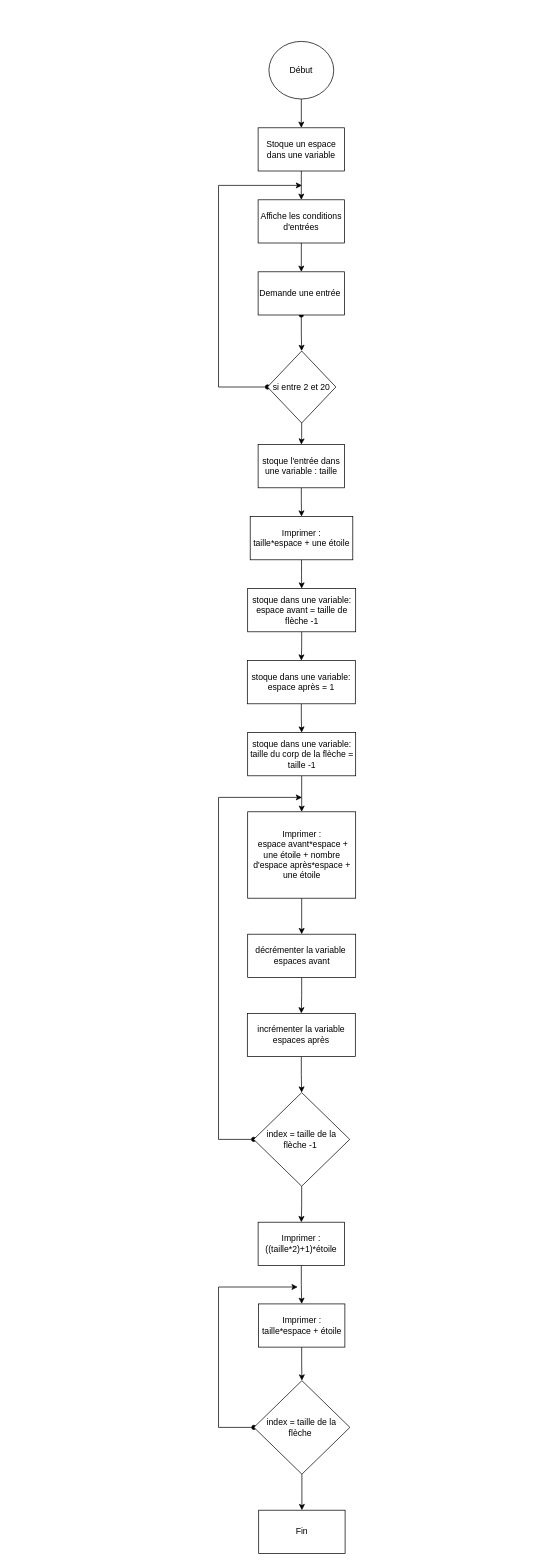
The draw.io diagram Kata-Flèche/KataFlèche_ logigramme.drawio in D4rkHeart/Python_Exercice, before the edit. Source tidied: cells renumbered, new cells numbered last; positions are measured from the earlier drawing's top-left corner, leaving out a move shared by most shapes. Both pictures are drawn from the tidied source at 72%, with x=0, y=0 at pixel (218, 41).
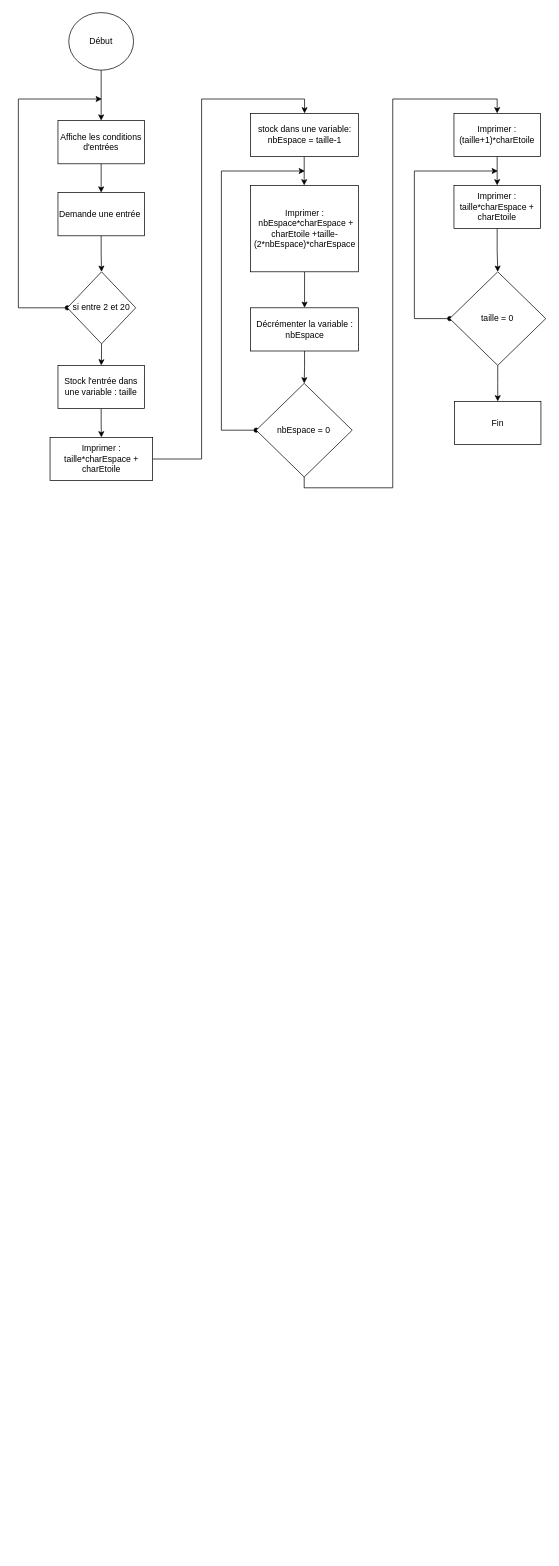
After the change.

Commit message:
[doc] Correction of the KataFlèche flowchart

The edit, as a diff of the source:
```diff
@@
-    <mxCell id="2" style="edgeStyle=orthogonalEdgeStyle;rounded=0;jettySize=auto;html=1;entryX=0.5;entryY=0;entryDx=0;entryDy=0;" parent="1" edge="1" source="3" target="18">
-      <mxGeometry relative="1" as="geometry" />
-    </mxCell>
     <mxCell id="3" value="Début" style="ellipse;whiteSpace=wrap;html=1;" parent="1" vertex="1">
-      <mxGeometry x="70" width="90" height="80" as="geometry" />
+      <mxGeometry x="-208" y="-40" width="90" height="80" as="geometry" />
     </mxCell>
     <mxCell id="4" style="edgeStyle=orthogonalEdgeStyle;rounded=0;jettySize=auto;html=1;exitX=0;exitY=0.5;exitDx=0;exitDy=0;startArrow=oval;startFill=1;" parent="1" edge="1" source="6">
       <mxGeometry relative="1" as="geometry">
-        <mxPoint x="116" y="200" as="targetPoint" />
+        <mxPoint x="-162" y="80" as="targetPoint" />
         <Array as="points">
-          <mxPoint y="480" />
-          <mxPoint y="200" />
+          <mxPoint x="-278" y="370" />
+          <mxPoint x="-278" y="80" />
+          <mxPoint x="-162" y="80" />
         </Array>
       </mxGeometry>
     </mxCell>
@@
     <mxCell id="6" value="si entre 2 et 20" style="rhombus;whiteSpace=wrap;html=1;" parent="1" vertex="1">
-      <mxGeometry x="68" y="430" width="95" height="100" as="geometry" />
+      <mxGeometry x="-210" y="320" width="95" height="100" as="geometry" />
     </mxCell>
@@
-    <mxCell id="8" value="Imprimer :&lt;br&gt;taille*espace + une étoile" style="whiteSpace=wrap;html=1;" parent="1" vertex="1">
-      <mxGeometry x="44" y="660" width="142.5" height="60" as="geometry" />
+    <mxCell id="8" value="Imprimer :&lt;br&gt;taille*charEspace + charEtoile" style="whiteSpace=wrap;html=1;" parent="1" vertex="1">
+      <mxGeometry x="-234" y="550" width="142.5" height="60" as="geometry" />
     </mxCell>
-    <mxCell id="9" style="edgeStyle=orthogonalEdgeStyle;rounded=0;jettySize=auto;html=1;strokeColor=#000000;startArrow=none;startFill=0;" parent="1" edge="1" source="10" target="20">
-      <mxGeometry relative="1" as="geometry" />
+    <mxCell id="9" style="edgeStyle=orthogonalEdgeStyle;rounded=0;jettySize=auto;html=1;strokeColor=#000000;startArrow=none;startFill=0;" parent="1" edge="1" source="10">
+      <mxGeometry relative="1" as="geometry">
+        <mxPoint x="119" y="200" as="targetPoint" />
+      </mxGeometry>
     </mxCell>
-    <mxCell id="10" value="stoque dans une variable:&lt;br&gt;espace avant = taille de flèche -1" style="whiteSpace=wrap;html=1;" parent="1" vertex="1">
-      <mxGeometry x="40.5" y="760" width="150" height="60" as="geometry" />
+    <mxCell id="10" value="stock dans une variable:&lt;br&gt;nbEspace = taille-1" style="whiteSpace=wrap;html=1;" parent="1" vertex="1">
+      <mxGeometry x="44.5" y="100" width="150" height="60" as="geometry" />
     </mxCell>
-    <mxCell id="11" style="edgeStyle=orthogonalEdgeStyle;rounded=0;jettySize=auto;html=1;entryX=0.5;entryY=0;entryDx=0;entryDy=0;strokeColor=#000000;startArrow=oval;startFill=1;" parent="1" edge="1" source="12" target="6">
+    <mxCell id="11" style="edgeStyle=orthogonalEdgeStyle;rounded=0;jettySize=auto;html=1;entryX=0.5;entryY=0;entryDx=0;entryDy=0;strokeColor=#000000;startArrow=none;startFill=0;" parent="1" edge="1" source="12" target="6">
       <mxGeometry relative="1" as="geometry" />
     </mxCell>
     <mxCell id="12" value="Demande une entrée&amp;nbsp;" style="whiteSpace=wrap;html=1;" parent="1" vertex="1">
-      <mxGeometry x="55" y="320" width="120" height="60" as="geometry" />
+      <mxGeometry x="-223" y="210" width="120" height="60" as="geometry" />
     </mxCell>
@@
     <mxCell id="14" value="Affiche les conditions d'entrées" style="rounded=0;whiteSpace=wrap;html=1;" parent="1" vertex="1">
-      <mxGeometry x="55" y="220" width="120" height="60" as="geometry" />
+      <mxGeometry x="-223" y="110" width="120" height="60" as="geometry" />
     </mxCell>
@@
-    <mxCell id="16" value="stoque l'entrée dans une variable : taille" style="rounded=0;whiteSpace=wrap;html=1;" parent="1" vertex="1">
-      <mxGeometry x="55" y="560" width="120" height="60" as="geometry" />
+    <mxCell id="16" value="Stock l'entrée dans une variable : taille" style="rounded=0;whiteSpace=wrap;html=1;" parent="1" vertex="1">
+      <mxGeometry x="-223" y="450" width="120" height="60" as="geometry" />
     </mxCell>
-    <mxCell id="17" style="edgeStyle=orthogonalEdgeStyle;rounded=0;jettySize=auto;html=1;strokeColor=#000000;startArrow=none;startFill=0;" parent="1" edge="1" source="18" target="14">
+    <mxCell id="17" style="edgeStyle=orthogonalEdgeStyle;rounded=0;jettySize=auto;html=1;strokeColor=#000000;startArrow=none;startFill=0;exitX=0.5;exitY=1;exitDx=0;exitDy=0;" parent="1" edge="1" source="3" target="14">
       <mxGeometry relative="1" as="geometry" />
     </mxCell>
-    <mxCell id="18" value="Stoque un espace dans une variable" style="rounded=0;whiteSpace=wrap;html=1;" parent="1" vertex="1">
-      <mxGeometry x="55" y="120" width="120" height="60" as="geometry" />
-    </mxCell>
-    <mxCell id="19" style="edgeStyle=orthogonalEdgeStyle;rounded=0;jettySize=auto;html=1;strokeColor=#000000;startArrow=none;startFill=0;" parent="1" edge="1" source="20" target="22">
-      <mxGeometry relative="1" as="geometry" />
-    </mxCell>
-    <mxCell id="20" value="stoque dans une variable:&lt;br&gt;espace après = 1" style="whiteSpace=wrap;html=1;" parent="1" vertex="1">
-      <mxGeometry x="40" y="860" width="150" height="60" as="geometry" />
-    </mxCell>
-    <mxCell id="21" style="edgeStyle=orthogonalEdgeStyle;rounded=0;jettySize=auto;html=1;entryX=0.5;entryY=0;entryDx=0;entryDy=0;strokeColor=#000000;startArrow=none;startFill=0;" parent="1" edge="1" source="22" target="24">
-      <mxGeometry relative="1" as="geometry" />
-    </mxCell>
-    <mxCell id="22" value="stoque dans une variable:&lt;br&gt;taille du corp de la flèche = taille -1" style="whiteSpace=wrap;html=1;" parent="1" vertex="1">
-      <mxGeometry x="40.5" y="960" width="150" height="60" as="geometry" />
-    </mxCell>
@@
-    <mxCell id="24" value="Imprimer :&lt;br&gt;&amp;nbsp;espace avant*espace + une étoile + nombre d'espace après*espace + une étoile" style="whiteSpace=wrap;html=1;" parent="1" vertex="1">
-      <mxGeometry x="40.5" y="1070" width="150" height="120" as="geometry" />
+    <mxCell id="24" value="Imprimer :&lt;br&gt;&amp;nbsp;nbEspace*charEspace + charEtoile +taille-(2*nbEspace)*charEspace" style="whiteSpace=wrap;html=1;" parent="1" vertex="1">
+      <mxGeometry x="44.5" y="200" width="150" height="120" as="geometry" />
     </mxCell>
-    <mxCell id="25" style="edgeStyle=orthogonalEdgeStyle;rounded=0;jettySize=auto;html=1;entryX=0.5;entryY=0;entryDx=0;entryDy=0;strokeColor=#000000;startArrow=none;startFill=0;" parent="1" edge="1" source="26" target="29">
-      <mxGeometry relative="1" as="geometry" />
-    </mxCell>
+    <mxCell id="40" style="edgeStyle=orthogonalEdgeStyle;rounded=0;jettySize=auto;html=1;" parent="1" edge="1" source="26" target="31">
+      <mxGeometry relative="1" as="geometry" />
+    </mxCell>
-    <mxCell id="26" value="décrémenter la variable&amp;nbsp; espaces avant" style="whiteSpace=wrap;html=1;" parent="1" vertex="1">
-      <mxGeometry x="40.5" y="1240" width="150" height="60" as="geometry" />
+    <mxCell id="26" value="Décrémenter la variable : nbEspace" style="whiteSpace=wrap;html=1;" parent="1" vertex="1">
+      <mxGeometry x="44.5" y="370" width="150" height="60" as="geometry" />
     </mxCell>
     <mxCell id="27" style="edgeStyle=orthogonalEdgeStyle;rounded=0;jettySize=auto;html=1;strokeColor=#000000;startArrow=oval;startFill=1;exitX=0;exitY=0.5;exitDx=0;exitDy=0;" parent="1" edge="1" source="31">
       <mxGeometry relative="1" as="geometry">
-        <mxPoint x="116" y="1050" as="targetPoint" />
+        <mxPoint x="120" y="180" as="targetPoint" />
         <Array as="points">
-          <mxPoint y="1525" />
-          <mxPoint y="1050" />
+          <mxPoint x="4" y="540" />
+          <mxPoint x="4" y="180" />
         </Array>
       </mxGeometry>
     </mxCell>
-    <mxCell id="28" style="edgeStyle=orthogonalEdgeStyle;rounded=0;jettySize=auto;html=1;strokeColor=#000000;startArrow=none;startFill=0;" parent="1" edge="1" source="29" target="31">
-      <mxGeometry relative="1" as="geometry" />
-    </mxCell>
-    <mxCell id="29" value="incrémenter la variable espaces après" style="whiteSpace=wrap;html=1;" parent="1" vertex="1">
-      <mxGeometry x="40" y="1350" width="150" height="60" as="geometry" />
-    </mxCell>
     <mxCell id="30" style="edgeStyle=orthogonalEdgeStyle;rounded=0;jettySize=auto;html=1;strokeColor=#000000;startArrow=none;startFill=0;" parent="1" edge="1" source="31" target="33">
-      <mxGeometry relative="1" as="geometry" />
+      <mxGeometry relative="1" as="geometry">
+        <Array as="points">
+          <mxPoint x="119" y="620" />
+          <mxPoint x="242" y="620" />
+          <mxPoint x="242" y="80" />
+          <mxPoint x="387" y="80" />
+        </Array>
+      </mxGeometry>
     </mxCell>
-    <mxCell id="31" value="index = taille de la flèche -1&amp;nbsp;" style="rhombus;whiteSpace=wrap;html=1;" parent="1" vertex="1">
-      <mxGeometry x="48.8" y="1460" width="133.4" height="130" as="geometry" />
+    <mxCell id="31" value="nbEspace = 0" style="rhombus;whiteSpace=wrap;html=1;" parent="1" vertex="1">
+      <mxGeometry x="52.3" y="475" width="133.4" height="130" as="geometry" />
     </mxCell>
@@
-    <mxCell id="33" value="Imprimer :&lt;br&gt;((taille*2)+1)*étoile" style="whiteSpace=wrap;html=1;" parent="1" vertex="1">
-      <mxGeometry x="55" y="1640" width="120" height="60" as="geometry" />
+    <mxCell id="33" value="Imprimer :&lt;br&gt;(taille+1)*charEtoile" style="whiteSpace=wrap;html=1;" parent="1" vertex="1">
+      <mxGeometry x="327" y="100" width="120" height="60" as="geometry" />
     </mxCell>
@@
-    <mxCell id="35" value="Imprimer :&lt;br&gt;taille*espace + étoile" style="whiteSpace=wrap;html=1;" parent="1" vertex="1">
-      <mxGeometry x="55.5" y="1753.5" width="120" height="60" as="geometry" />
+    <mxCell id="35" value="Imprimer :&lt;br&gt;taille*charEspace + charEtoile" style="whiteSpace=wrap;html=1;" parent="1" vertex="1">
+      <mxGeometry x="327" y="200" width="120" height="60" as="geometry" />
     </mxCell>
     <mxCell id="36" style="edgeStyle=orthogonalEdgeStyle;rounded=0;jettySize=auto;html=1;strokeColor=#000000;startArrow=oval;startFill=1;" parent="1" edge="1" source="38">
       <mxGeometry relative="1" as="geometry">
-        <mxPoint x="110" y="1730" as="targetPoint" />
+        <mxPoint x="388" y="180" as="targetPoint" />
         <Array as="points">
-          <mxPoint y="1925" />
-          <mxPoint y="1730" />
+          <mxPoint x="272" y="385" />
+          <mxPoint x="272" y="180" />
         </Array>
       </mxGeometry>
     </mxCell>
-    <mxCell id="37" style="edgeStyle=orthogonalEdgeStyle;rounded=0;jettySize=auto;html=1;strokeColor=#000000;startArrow=none;startFill=0;" parent="1" edge="1" source="38" target="39">
-      <mxGeometry relative="1" as="geometry" />
+    <mxCell id="37" style="edgeStyle=orthogonalEdgeStyle;rounded=0;jettySize=auto;html=1;strokeColor=#000000;startArrow=none;startFill=0;" parent="1" edge="1" source="38">
+      <mxGeometry relative="1" as="geometry">
+        <mxPoint x="387.8" y="500" as="targetPoint" />
+      </mxGeometry>
     </mxCell>
-    <mxCell id="38" value="index = taille de la flèche&amp;nbsp;" style="rhombus;whiteSpace=wrap;html=1;" parent="1" vertex="1">
-      <mxGeometry x="49.1" y="1860" width="133.4" height="130" as="geometry" />
+    <mxCell id="38" value="taille = 0" style="rhombus;whiteSpace=wrap;html=1;" parent="1" vertex="1">
+      <mxGeometry x="321.1" y="320" width="133.4" height="130" as="geometry" />
     </mxCell>
     <mxCell id="39" value="Fin" style="whiteSpace=wrap;html=1;" parent="1" vertex="1">
-      <mxGeometry x="55.8" y="2040" width="120" height="60" as="geometry" />
+      <mxGeometry x="327.8" y="500" width="120" height="60" as="geometry" />
     </mxCell>
```
